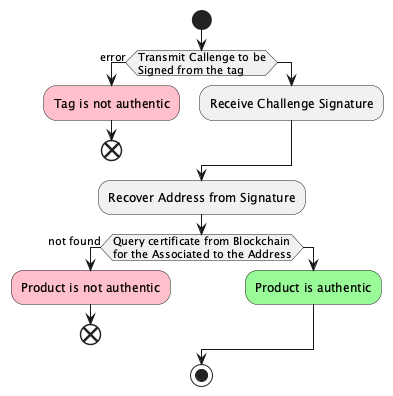
Above: static/diagrams/auth_flow.png in RadicaDev/docs (PlantUML), before the change.
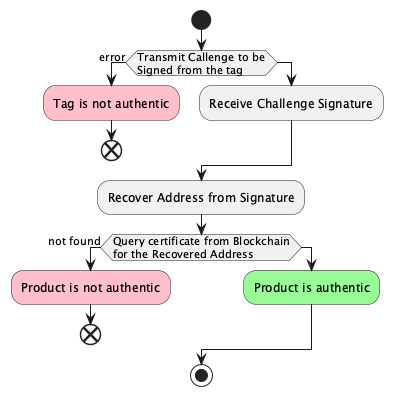
After the commit.

Commit message:
fix diagram text error

Change to the diagram source:
```diff
@@ -10,7 +10,7 @@
 
 :Recover Address from Signature;
 
-if (Query certificate from Blockchain\nfor the Associated to the Address) then (not found)
+if (Query certificate from Blockchain\nfor the Recovered Address) then (not found)
   #pink:Product is not authentic;
   end
 else
```
